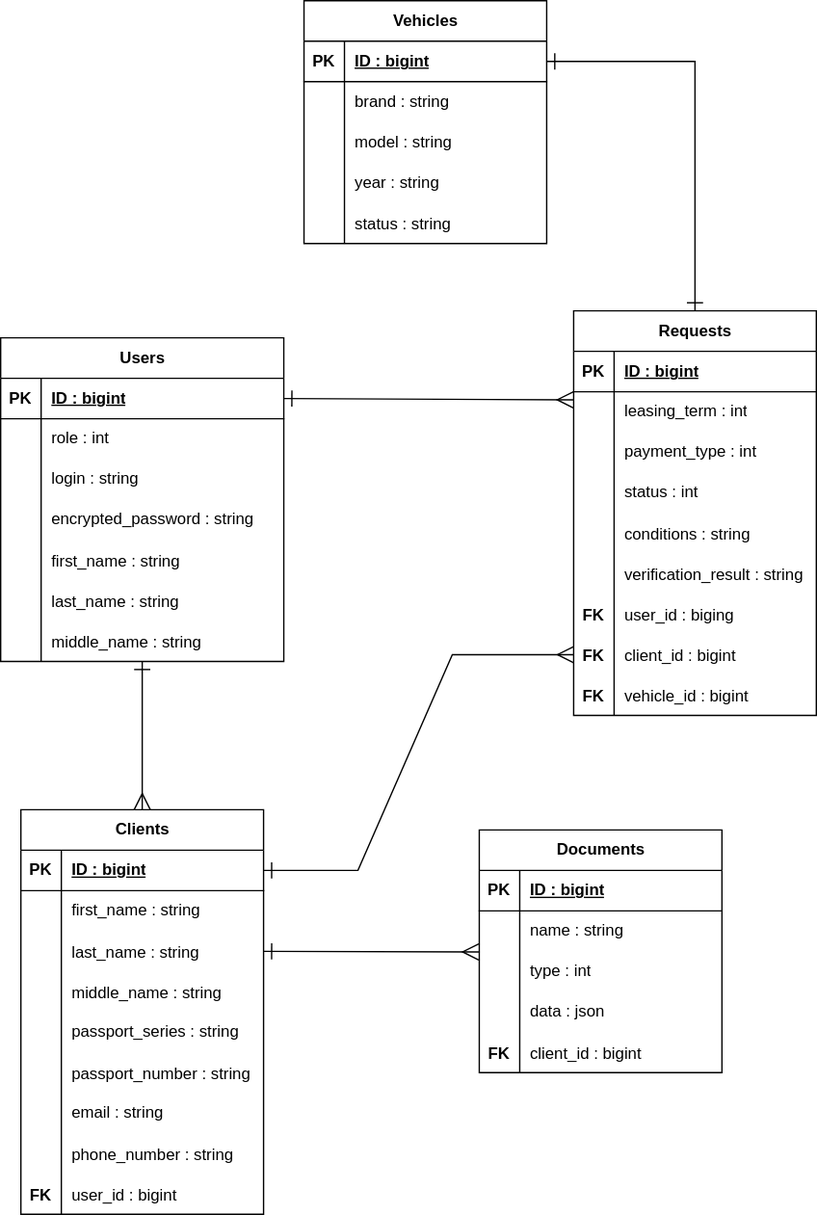
The draw.io diagram schemes/DatabaseDiagram.svg in D-Black-N/MastersDiploma, before a commit. Source tidied: cells renumbered, new cells last; positions are measured from the earlier drawing's top-left corner, leaving out a move shared by most shapes.
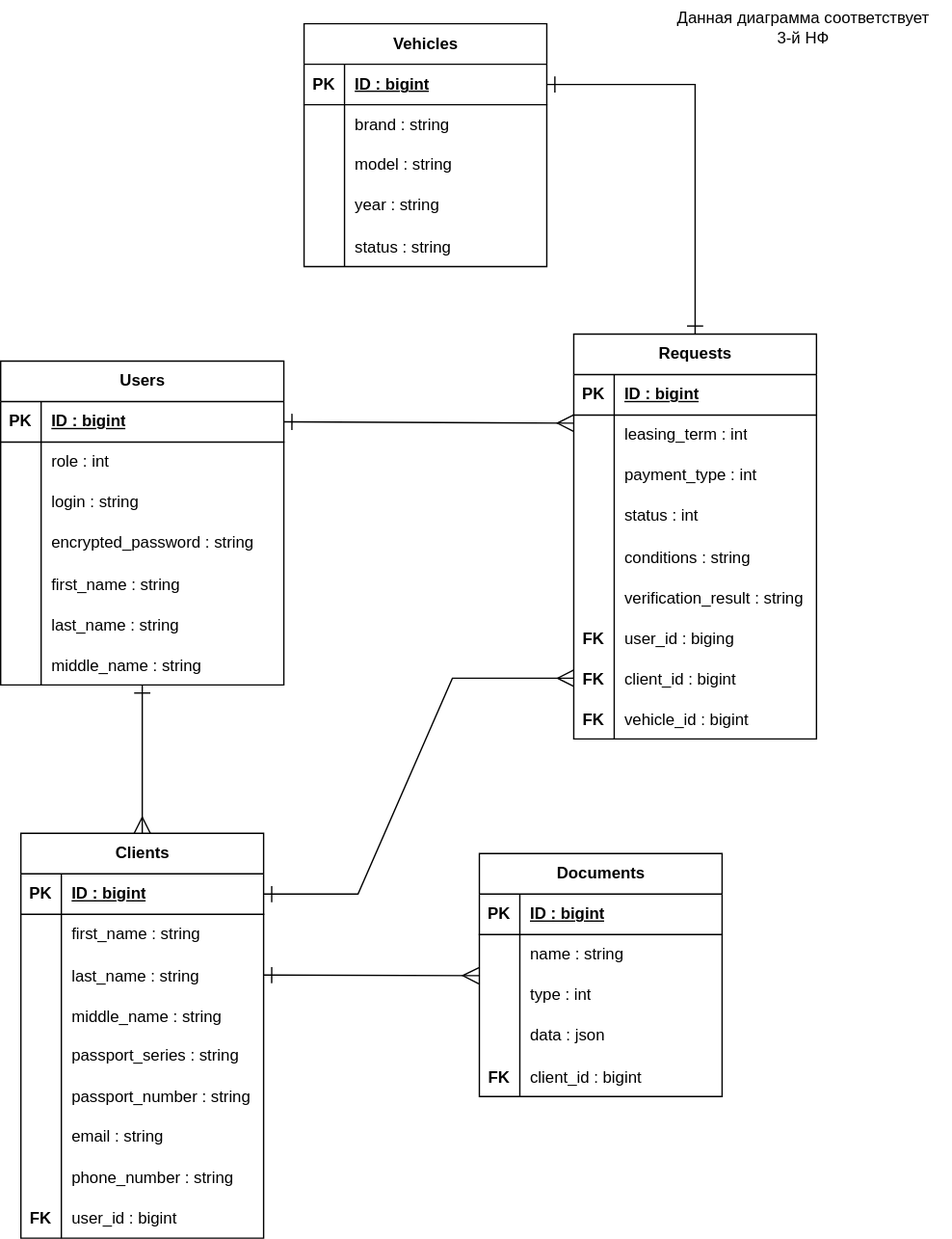
After the change.

The edit, as a diff of the source:
```diff
@@ -358,5 +358,8 @@
     <mxCell id="116" style="endArrow=ERmany;html=1;rounded=0;exitX=1;exitY=0.5;exitDx=0;exitDy=0;entryX=-0.001;entryY=0.2;entryDx=0;entryDy=0;entryPerimeter=0;endFill=0;startArrow=ERone;startFill=0;endSize=10;startSize=10;" parent="1" edge="1" source="3" target="56">
       <mxGeometry relative="1" as="geometry" />
     </mxCell>
+    <mxCell id="117" value="Данная диаграмма соответствует&lt;div&gt;3-й НФ&lt;/div&gt;" style="text;html=1;align=center;verticalAlign=middle;strokeColor=none;fillColor=none;" parent="1" vertex="1">
+      <mxGeometry x="485" y="-17" width="220" height="40" as="geometry" />
+    </mxCell>
   </root>
 </mxGraphModel>
```
